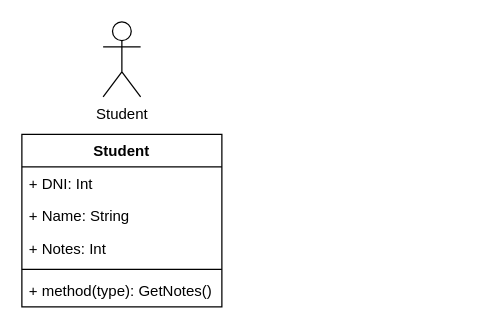
DiazMan27/LeandroDiazDS keeps this draw.io diagram as Diagram.drawio. Above is the earlier version. Source tidied: cells renumbered, new cells numbered last; positions are measured from the earlier drawing's top-left corner, leaving out a move shared by most shapes. Both pictures are drawn from the tidied source at 125%, with x=0, y=0 at pixel (21, 21).
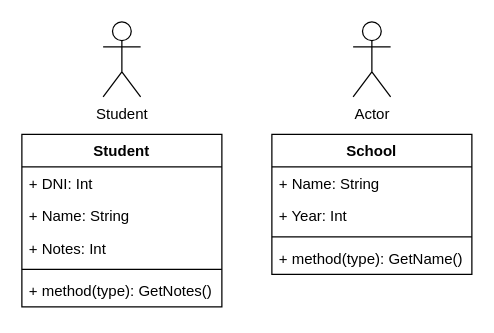
After the change.

The edit, as a diff of the source:
```diff
@@
 <mxGraphModel>
   <root>
     <mxCell id="0" />
     <mxCell id="1" parent="0" />
     <mxCell id="2" value="Student" style="shape=umlActor;verticalLabelPosition=bottom;verticalAlign=top;html=1;" parent="1" vertex="1">
       <mxGeometry x="65" width="30" height="60" as="geometry" />
     </mxCell>
     <mxCell id="3" value="Student" style="swimlane;fontStyle=1;align=center;verticalAlign=top;horizontal=1;startSize=26;" parent="1" vertex="1">
       <mxGeometry y="90" width="160" height="138" as="geometry" />
     </mxCell>
     <mxCell id="4" value="+ DNI: Int" style="text;strokeColor=none;fillColor=none;align=left;verticalAlign=top;spacingLeft=4;spacingRight=4;overflow=hidden;" parent="3" vertex="1">
       <mxGeometry y="26" width="160" height="26" as="geometry" />
     </mxCell>
     <mxCell id="5" value="+ Name: String" style="text;strokeColor=none;fillColor=none;align=left;verticalAlign=top;spacingLeft=4;spacingRight=4;overflow=hidden;" parent="3" vertex="1">
       <mxGeometry y="52" width="160" height="26" as="geometry" />
     </mxCell>
     <mxCell id="6" value="+ Notes: Int" style="text;strokeColor=none;fillColor=none;align=left;verticalAlign=top;spacingLeft=4;spacingRight=4;overflow=hidden;" parent="3" vertex="1">
       <mxGeometry y="78" width="160" height="26" as="geometry" />
     </mxCell>
     <mxCell id="7" style="line;strokeWidth=1;fillColor=none;align=left;verticalAlign=middle;spacingTop=-1;spacingLeft=3;spacingRight=3;labelPosition=right;strokeColor=inherit;" parent="3" vertex="1">
       <mxGeometry y="104" width="160" height="8" as="geometry" />
     </mxCell>
     <mxCell id="8" value="+ method(type): GetNotes()" style="text;strokeColor=none;fillColor=none;align=left;verticalAlign=top;spacingLeft=4;spacingRight=4;overflow=hidden;" parent="3" vertex="1">
       <mxGeometry y="112" width="160" height="26" as="geometry" />
     </mxCell>
+    <mxCell id="9" value="School" style="swimlane;fontStyle=1;align=center;verticalAlign=top;horizontal=1;startSize=26;" parent="1" vertex="1">
+      <mxGeometry x="200" y="90" width="160" height="112" as="geometry" />
+    </mxCell>
+    <mxCell id="10" value="+ Name: String" style="text;strokeColor=none;fillColor=none;align=left;verticalAlign=top;spacingLeft=4;spacingRight=4;overflow=hidden;" parent="9" vertex="1">
+      <mxGeometry y="26" width="160" height="26" as="geometry" />
+    </mxCell>
+    <mxCell id="11" value="+ Year: Int" style="text;strokeColor=none;fillColor=none;align=left;verticalAlign=top;spacingLeft=4;spacingRight=4;overflow=hidden;" parent="9" vertex="1">
+      <mxGeometry y="52" width="160" height="26" as="geometry" />
+    </mxCell>
+    <mxCell id="12" style="line;strokeWidth=1;fillColor=none;align=left;verticalAlign=middle;spacingTop=-1;spacingLeft=3;spacingRight=3;labelPosition=right;strokeColor=inherit;" parent="9" vertex="1">
+      <mxGeometry y="78" width="160" height="8" as="geometry" />
+    </mxCell>
+    <mxCell id="13" value="+ method(type): GetName()" style="text;strokeColor=none;fillColor=none;align=left;verticalAlign=top;spacingLeft=4;spacingRight=4;overflow=hidden;" parent="9" vertex="1">
+      <mxGeometry y="86" width="160" height="26" as="geometry" />
+    </mxCell>
+    <mxCell id="14" value="Actor" style="shape=umlActor;verticalLabelPosition=bottom;verticalAlign=top;html=1;" parent="1" vertex="1">
+      <mxGeometry x="265" width="30" height="60" as="geometry" />
+    </mxCell>
   </root>
 </mxGraphModel>
```
